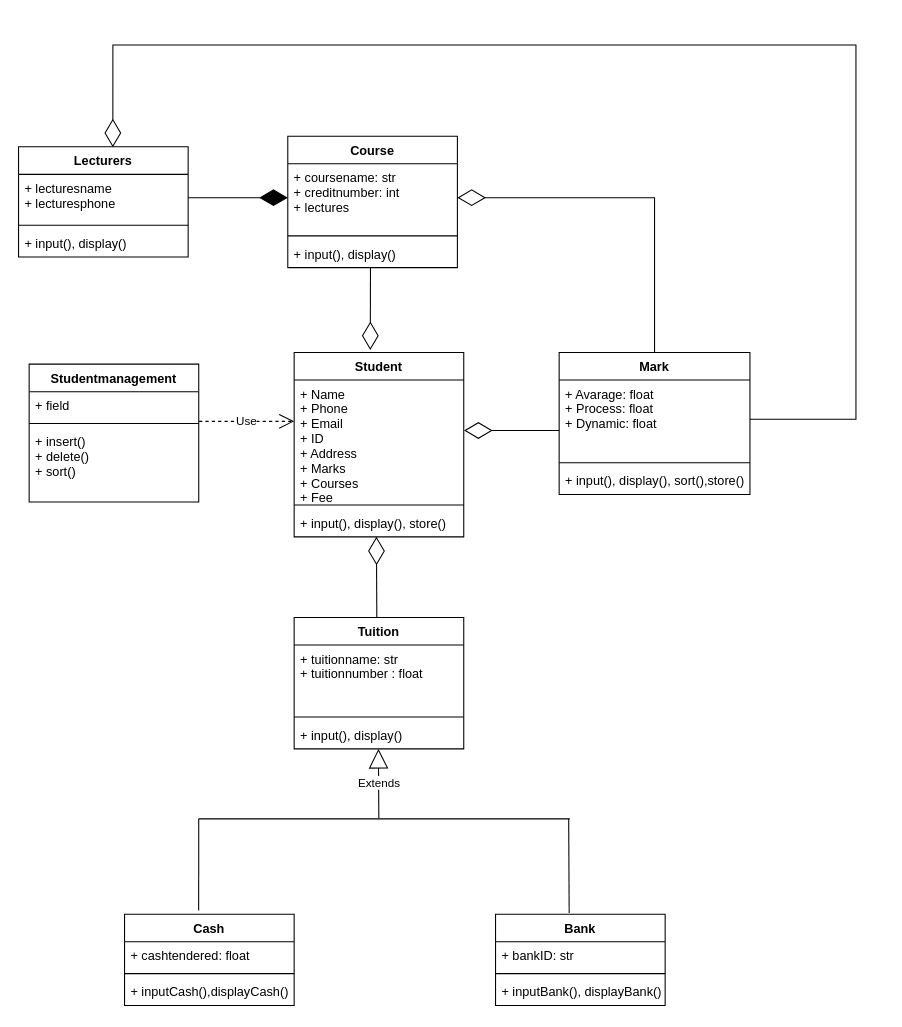
Above: Untitled Diagram.drawio in RifleB-1311/Baitap1-nhom2 (draw.io), before the change. Source tidied: cells renumbered, new cells numbered last; positions are measured from the earlier drawing's top-left corner, leaving out a move shared by most shapes. Both pictures are drawn from the tidied source at 106%, with x=0, y=0 at pixel (18, 45).
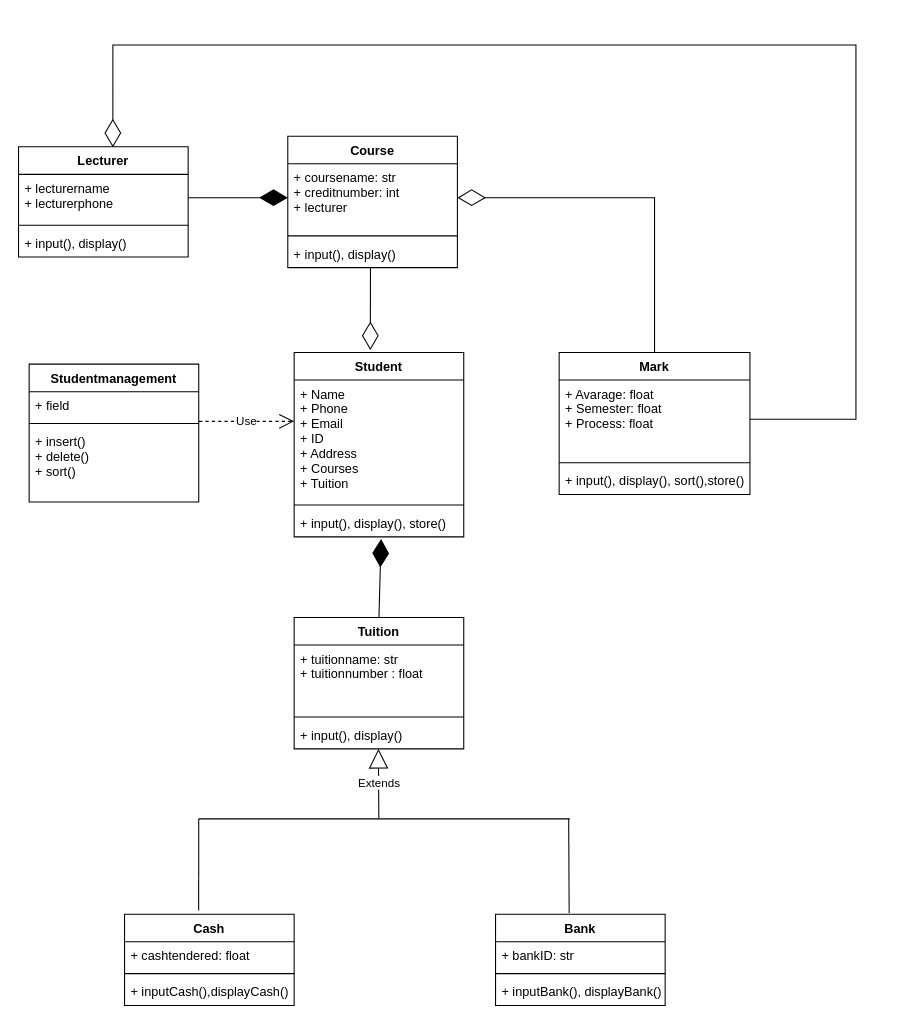
After the change.

The change refers to these unchanged cells:
```xml
<mxCell id="2" value="Student" style="swimlane;fontStyle=1;align=center;verticalAlign=top;horizontal=1;startSize=26;" parent="1" vertex="1">
  <mxGeometry x="260" y="290" width="160" height="174" as="geometry" />
</mxCell>
<mxCell id="5" value="+ input(), display(), store()" style="text;strokeColor=none;fillColor=none;align=left;verticalAlign=top;spacingLeft=4;spacingRight=4;overflow=hidden;points=[[0,0.5],[1,0.5]];portConstraint=eastwest;" parent="2" vertex="1">
  <mxGeometry y="148" width="160" height="26" as="geometry" />
</mxCell>
<mxCell id="6" value="Mark" style="swimlane;fontStyle=1;align=center;verticalAlign=top;horizontal=1;startSize=26;" parent="1" vertex="1">
  <mxGeometry x="510" y="290" width="180" height="134" as="geometry" />
</mxCell>
<mxCell id="10" value="Course" style="swimlane;fontStyle=1;align=center;verticalAlign=top;horizontal=1;startSize=26;" parent="1" vertex="1">
  <mxGeometry x="254" y="86" width="160" height="124" as="geometry" />
</mxCell>
<mxCell id="14" value="Tuition" style="swimlane;fontStyle=1;align=center;verticalAlign=top;horizontal=1;startSize=26;" parent="1" vertex="1">
  <mxGeometry x="260" y="540" width="160" height="124" as="geometry" />
</mxCell>
```

What changed in the source:
```diff
@@
-    <mxCell id="3" value="+ Name&#10;+ Phone&#10;+ Email&#10;+ ID&#10;+ Address&#10;+ Marks&#10;+ Courses&#10;+ Fee" style="text;strokeColor=none;fillColor=none;align=left;verticalAlign=top;spacingLeft=4;spacingRight=4;overflow=hidden;points=[[0,0.5],[1,0.5]];portConstraint=eastwest;" parent="2" vertex="1">
+    <mxCell id="3" value="+ Name&#10;+ Phone&#10;+ Email&#10;+ ID&#10;+ Address&#10;+ Courses&#10;+ Tuition" style="text;strokeColor=none;fillColor=none;align=left;verticalAlign=top;spacingLeft=4;spacingRight=4;overflow=hidden;points=[[0,0.5],[1,0.5]];portConstraint=eastwest;" parent="2" vertex="1">
       <mxGeometry y="26" width="160" height="114" as="geometry" />
     </mxCell>
@@
-    <mxCell id="7" value="+ Avarage: float&#10;+ Process: float&#10;+ Dynamic: float&#10;" style="text;strokeColor=none;fillColor=none;align=left;verticalAlign=top;spacingLeft=4;spacingRight=4;overflow=hidden;points=[[0,0.5],[1,0.5]];portConstraint=eastwest;" parent="6" vertex="1">
+    <mxCell id="7" value="+ Avarage: float&#10;+ Semester: float&#10;+ Process: float" style="text;strokeColor=none;fillColor=none;align=left;verticalAlign=top;spacingLeft=4;spacingRight=4;overflow=hidden;points=[[0,0.5],[1,0.5]];portConstraint=eastwest;" parent="6" vertex="1">
       <mxGeometry y="26" width="180" height="74" as="geometry" />
     </mxCell>
@@
-    <mxCell id="11" value="+ coursename: str&#10;+ creditnumber: int&#10;+ lectures" style="text;strokeColor=none;fillColor=none;align=left;verticalAlign=top;spacingLeft=4;spacingRight=4;overflow=hidden;points=[[0,0.5],[1,0.5]];portConstraint=eastwest;" parent="10" vertex="1">
+    <mxCell id="11" value="+ coursename: str&#10;+ creditnumber: int&#10;+ lecturer" style="text;strokeColor=none;fillColor=none;align=left;verticalAlign=top;spacingLeft=4;spacingRight=4;overflow=hidden;points=[[0,0.5],[1,0.5]];portConstraint=eastwest;" parent="10" vertex="1">
       <mxGeometry y="26" width="160" height="64" as="geometry" />
     </mxCell>
@@
-    <mxCell id="30" style="endArrow=diamondThin;endFill=0;endSize=24;html=1;rounded=0;entryX=1.002;entryY=0.418;entryDx=0;entryDy=0;entryPerimeter=0;exitX=0;exitY=0.644;exitDx=0;exitDy=0;exitPerimeter=0;" parent="1" edge="1" source="7" target="3">
-      <mxGeometry relative="1" as="geometry" />
-    </mxCell>
-    <mxCell id="31" value="Lecturers" style="swimlane;fontStyle=1;align=center;verticalAlign=top;horizontal=1;startSize=26;" parent="1" vertex="1">
+    <mxCell id="31" value="Lecturer" style="swimlane;fontStyle=1;align=center;verticalAlign=top;horizontal=1;startSize=26;" parent="1" vertex="1">
       <mxGeometry y="96" width="160" height="104" as="geometry" />
     </mxCell>
-    <mxCell id="32" value="+ lecturesname&#10;+ lecturesphone" style="text;strokeColor=none;fillColor=none;align=left;verticalAlign=top;spacingLeft=4;spacingRight=4;overflow=hidden;points=[[0,0.5],[1,0.5]];portConstraint=eastwest;" parent="31" vertex="1">
+    <mxCell id="32" value="+ lecturername&#10;+ lecturerphone" style="text;strokeColor=none;fillColor=none;align=left;verticalAlign=top;spacingLeft=4;spacingRight=4;overflow=hidden;points=[[0,0.5],[1,0.5]];portConstraint=eastwest;" parent="31" vertex="1">
       <mxGeometry y="26" width="160" height="44" as="geometry" />
     </mxCell>
@@
-    <mxCell id="38" style="endArrow=diamondThin;endFill=0;endSize=24;html=1;rounded=0;entryX=0.485;entryY=0.993;entryDx=0;entryDy=0;entryPerimeter=0;" parent="1" edge="1" target="5">
-      <mxGeometry relative="1" as="geometry">
-        <mxPoint x="338" y="540" as="sourcePoint" />
-      </mxGeometry>
-    </mxCell>
@@
+    <mxCell id="45" style="endArrow=diamondThin;endFill=1;endSize=24;html=1;rounded=0;exitX=0.5;exitY=0;exitDx=0;exitDy=0;entryX=0.515;entryY=1.09;entryDx=0;entryDy=0;entryPerimeter=0;" parent="1" edge="1" source="14" target="5">
+      <mxGeometry relative="1" as="geometry">
+        <Array as="points">
+          <mxPoint x="342" y="466" />
+        </Array>
+      </mxGeometry>
+    </mxCell>
```
